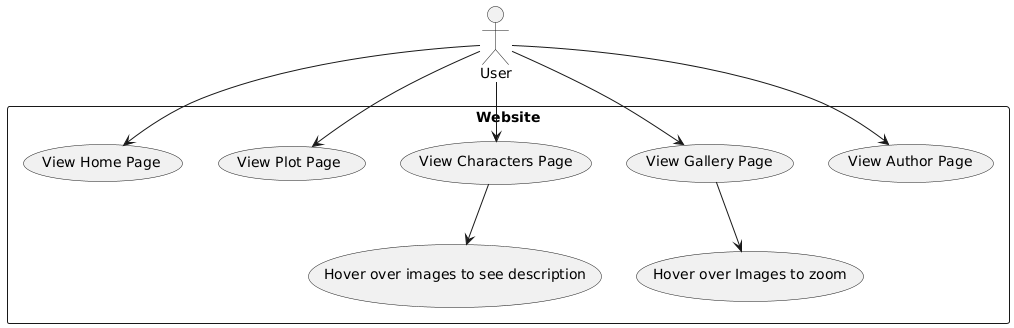
Earlier version of the PlantUML export docs/use-case-diagram.png (IMSET-Sousse/ShadowSlave). Its diagram source:
```plantuml
@startuml
actor User as U

rectangle Website {
    usecase "View Home Page" as UC1
    usecase "View Plot Page" as UC2
    usecase "View Characters Page" as UC3
    usecase "View Gallery Page" as UC4
    usecase "View Author Page" as UC5
    usecase "Hover over Images to zoom" as UC6
    usecase "Hover over images to see description" as UC7
}

U --> UC1
U --> UC2
U --> UC3
U --> UC4
U --> UC5
UC4 --> UC6
UC3 --> UC7
@enduml
```
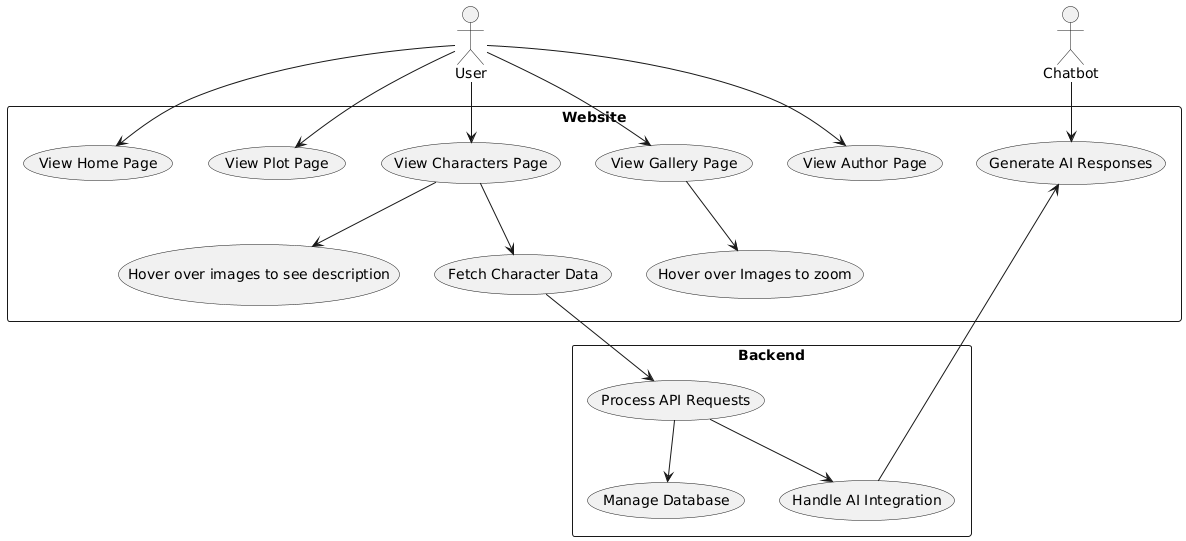
After the change.

Diff of the diagram source:
```diff
@@ -1,5 +1,6 @@
 @startuml
 actor User as U
+actor "Chatbot" as AI
 
 rectangle Website {
     usecase "View Home Page" as UC1
@@ -9,6 +10,14 @@
     usecase "View Author Page" as UC5
     usecase "Hover over Images to zoom" as UC6
     usecase "Hover over images to see description" as UC7
+    usecase "Fetch Character Data" as UC8
+    usecase "Generate AI Responses" as UC9
+}
+
+rectangle "Backend" {
+    usecase "Process API Requests" as UC10
+    usecase "Manage Database" as UC11
+    usecase "Handle AI Integration" as UC12
 }
 
 U --> UC1
@@ -18,4 +27,10 @@
 U --> UC5
 UC4 --> UC6
 UC3 --> UC7
+UC3 --> UC8
+UC8 --> UC10
+UC10 --> UC11
+UC10 --> UC12
+UC12 --> UC9
+AI --> UC9
 @enduml
```
